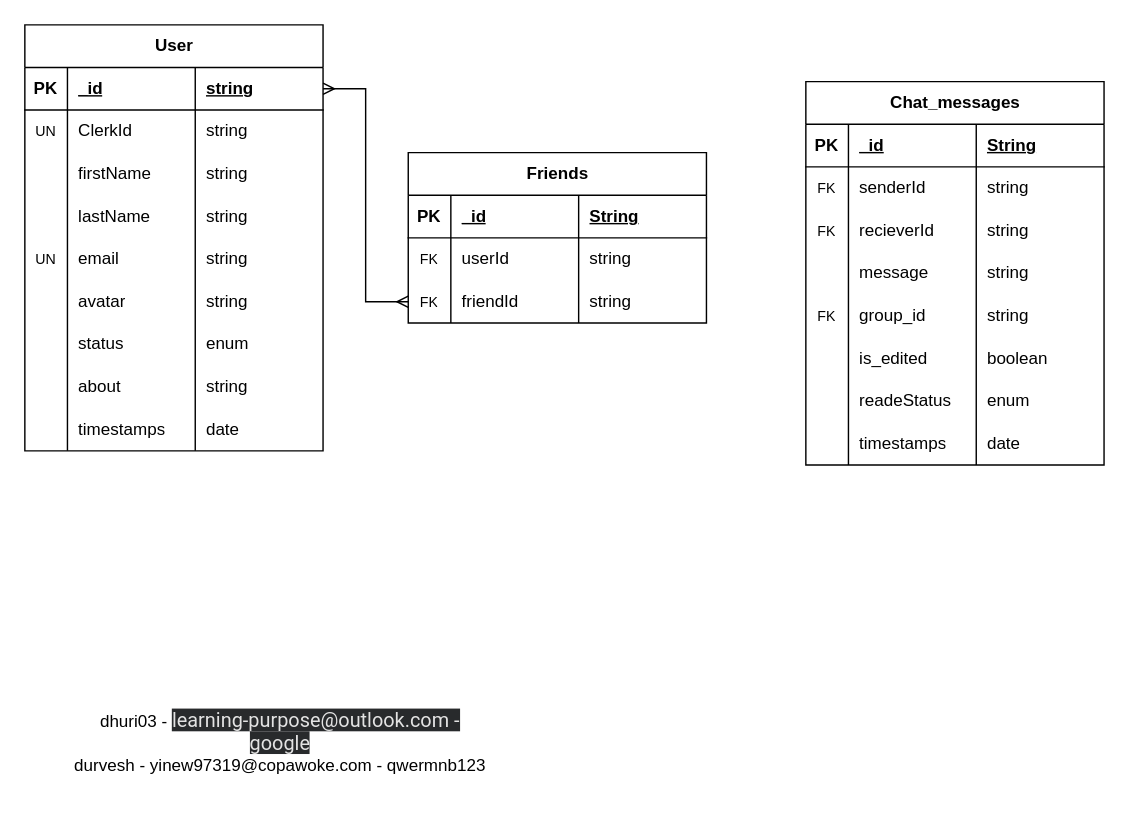
Before: backend/docs/table_diagram.drawio in ysdhuri312/bud-bud-chatapp-ai-powered, a draw.io diagram. Source tidied: cells renumbered, new cells numbered last; positions are measured from the earlier drawing's top-left corner, leaving out a move shared by most shapes. Both pictures are drawn from the tidied source at 142%, with x=0, y=0 at pixel (24, 24).
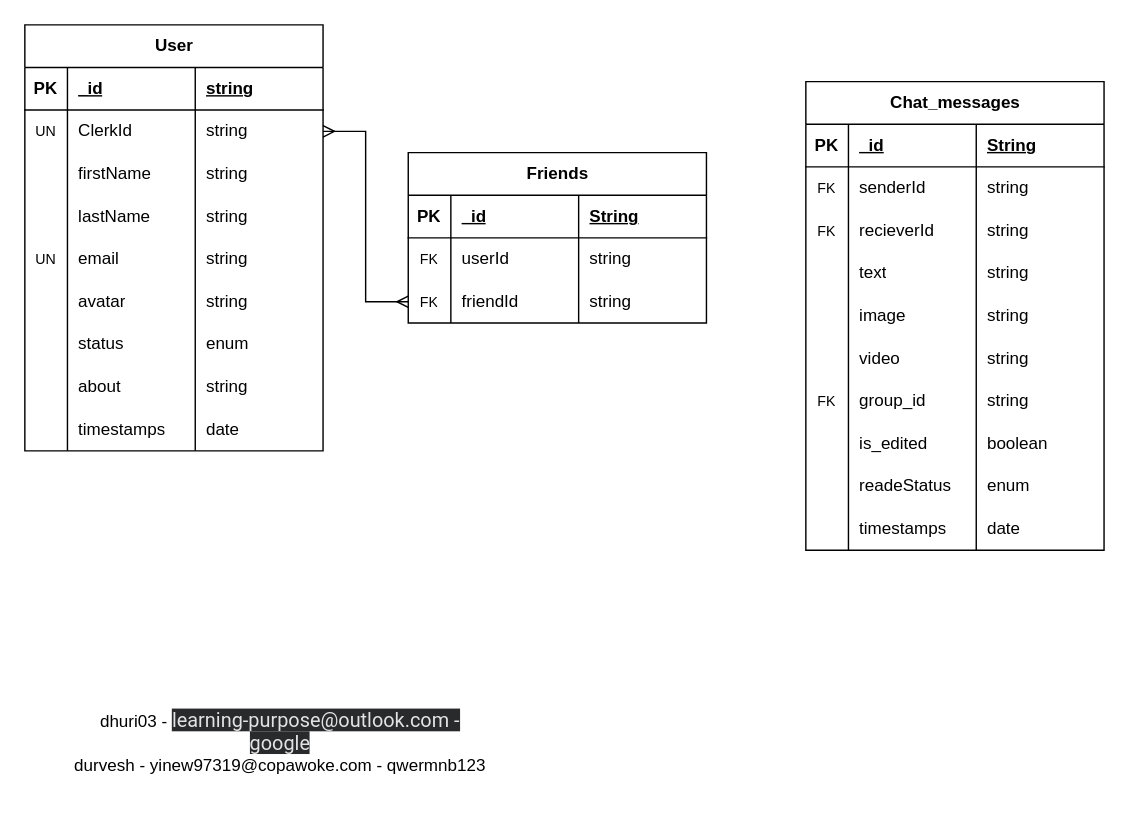
Above is the later version.

Unchanged cells that the change refers to:
```xml
<mxCell id="3" style="shape=tableRow;horizontal=0;startSize=0;swimlaneHead=0;swimlaneBody=0;fillColor=none;points=[[0,0.5],[1,0.5]];portConstraint=eastwest;top=0;left=0;right=0;bottom=1;" parent="2" vertex="1">
  <mxGeometry y="30" width="210" height="30" as="geometry" />
</mxCell>
<mxCell id="7" style="shape=tableRow;horizontal=0;startSize=0;swimlaneHead=0;swimlaneBody=0;fillColor=none;points=[[0,0.5],[1,0.5]];portConstraint=eastwest;top=0;left=0;right=0;bottom=0;" parent="2" vertex="1">
  <mxGeometry y="60" width="210" height="30" as="geometry" />
</mxCell>
<mxCell id="53" style="shape=tableRow;horizontal=0;startSize=0;swimlaneHead=0;swimlaneBody=0;fillColor=none;top=0;left=0;right=0;bottom=0;" parent="40" vertex="1">
  <mxGeometry y="120" width="210" height="30" as="geometry" />
</mxCell>
<mxCell id="82" style="shape=tableRow;horizontal=0;startSize=0;swimlaneHead=0;swimlaneBody=0;fillColor=none;points=[[0,0.5],[1,0.5]];portConstraint=eastwest;top=0;left=0;right=0;bottom=0;" parent="73" vertex="1">
  <mxGeometry y="90" width="210" height="30" as="geometry" />
</mxCell>
```

Change to the diagram source:
```diff
@@
     <mxCell id="40" value="Chat_messages" style="shape=table;startSize=30;childLayout=tableLayout;rowLines=0;fontStyle=1;align=center;html=1;" parent="1" vertex="1">
-      <mxGeometry x="550" y="40" width="210" height="270" as="geometry" />
+      <mxGeometry x="550" y="40" width="210" height="330" as="geometry" />
     </mxCell>
@@
-    <mxCell id="55" value="message" style="shape=partialRectangle;fillColor=none;top=0;left=0;bottom=0;right=0;align=left;spacingLeft=6;overflow=hidden;whiteSpace=wrap;html=1;" parent="53" vertex="1">
+    <mxCell id="55" value="text" style="shape=partialRectangle;fillColor=none;top=0;left=0;bottom=0;right=0;align=left;spacingLeft=6;overflow=hidden;whiteSpace=wrap;html=1;" parent="53" vertex="1">
       <mxGeometry x="30" width="90" height="30" as="geometry" />
     </mxCell>
@@
+    <mxCell id="88" style="shape=tableRow;horizontal=0;startSize=0;swimlaneHead=0;swimlaneBody=0;fillColor=none;top=0;left=0;right=0;bottom=0;" parent="40" vertex="1">
+      <mxGeometry y="150" width="210" height="30" as="geometry" />
+    </mxCell>
+    <mxCell id="89" style="shape=partialRectangle;fillColor=none;top=0;left=0;bottom=0;right=0;overflow=hidden;whiteSpace=wrap;html=1;" parent="88" vertex="1">
+      <mxGeometry width="30" height="30" as="geometry" />
+    </mxCell>
+    <mxCell id="90" value="image" style="shape=partialRectangle;fillColor=none;top=0;left=0;bottom=0;right=0;align=left;spacingLeft=6;overflow=hidden;whiteSpace=wrap;html=1;" parent="88" vertex="1">
+      <mxGeometry x="30" width="90" height="30" as="geometry" />
+    </mxCell>
+    <mxCell id="91" value="string" style="shape=partialRectangle;fillColor=none;top=0;left=0;bottom=0;right=0;align=left;spacingLeft=6;overflow=hidden;whiteSpace=wrap;html=1;" parent="88" vertex="1">
+      <mxGeometry x="120" width="90" height="30" as="geometry" />
+    </mxCell>
+    <mxCell id="92" style="shape=tableRow;horizontal=0;startSize=0;swimlaneHead=0;swimlaneBody=0;fillColor=none;top=0;left=0;right=0;bottom=0;" parent="40" vertex="1">
+      <mxGeometry y="180" width="210" height="30" as="geometry" />
+    </mxCell>
+    <mxCell id="93" style="shape=partialRectangle;fillColor=none;top=0;left=0;bottom=0;right=0;overflow=hidden;whiteSpace=wrap;html=1;" parent="92" vertex="1">
+      <mxGeometry width="30" height="30" as="geometry" />
+    </mxCell>
+    <mxCell id="94" value="video" style="shape=partialRectangle;fillColor=none;top=0;left=0;bottom=0;right=0;align=left;spacingLeft=6;overflow=hidden;whiteSpace=wrap;html=1;" parent="92" vertex="1">
+      <mxGeometry x="30" width="90" height="30" as="geometry" />
+    </mxCell>
+    <mxCell id="95" value="string" style="shape=partialRectangle;fillColor=none;top=0;left=0;bottom=0;right=0;align=left;spacingLeft=6;overflow=hidden;whiteSpace=wrap;html=1;" parent="92" vertex="1">
+      <mxGeometry x="120" width="90" height="30" as="geometry" />
+    </mxCell>
     <mxCell id="57" style="shape=tableRow;horizontal=0;startSize=0;swimlaneHead=0;swimlaneBody=0;fillColor=none;top=0;left=0;right=0;bottom=0;" parent="40" vertex="1">
-      <mxGeometry y="150" width="210" height="30" as="geometry" />
+      <mxGeometry y="210" width="210" height="30" as="geometry" />
     </mxCell>
@@
     <mxCell id="61" style="shape=tableRow;horizontal=0;startSize=0;swimlaneHead=0;swimlaneBody=0;fillColor=none;top=0;left=0;right=0;bottom=0;" parent="40" vertex="1">
-      <mxGeometry y="180" width="210" height="30" as="geometry" />
+      <mxGeometry y="240" width="210" height="30" as="geometry" />
     </mxCell>
@@
     <mxCell id="65" style="shape=tableRow;horizontal=0;startSize=0;swimlaneHead=0;swimlaneBody=0;fillColor=none;top=0;left=0;right=0;bottom=0;" parent="40" vertex="1">
-      <mxGeometry y="210" width="210" height="30" as="geometry" />
+      <mxGeometry y="270" width="210" height="30" as="geometry" />
     </mxCell>
@@
     <mxCell id="69" style="shape=tableRow;horizontal=0;startSize=0;swimlaneHead=0;swimlaneBody=0;fillColor=none;top=0;left=0;right=0;bottom=0;" parent="40" vertex="1">
-      <mxGeometry y="240" width="210" height="30" as="geometry" />
+      <mxGeometry y="300" width="210" height="30" as="geometry" />
     </mxCell>
@@
-    <mxCell id="87" style="edgeStyle=entityRelationEdgeStyle;fontSize=12;html=1;endArrow=ERmany;startArrow=ERmany;rounded=0;exitX=1;exitY=0.5;exitDx=0;exitDy=0;entryX=0;entryY=0.5;entryDx=0;entryDy=0;" parent="1" edge="1" source="3" target="82">
+    <mxCell id="87" style="edgeStyle=entityRelationEdgeStyle;fontSize=12;html=1;endArrow=ERmany;startArrow=ERmany;rounded=0;exitX=1;exitY=0.5;exitDx=0;exitDy=0;entryX=0;entryY=0.5;entryDx=0;entryDy=0;" parent="1" edge="1" source="7" target="82">
       <mxGeometry relative="1" as="geometry" />
     </mxCell>
```
